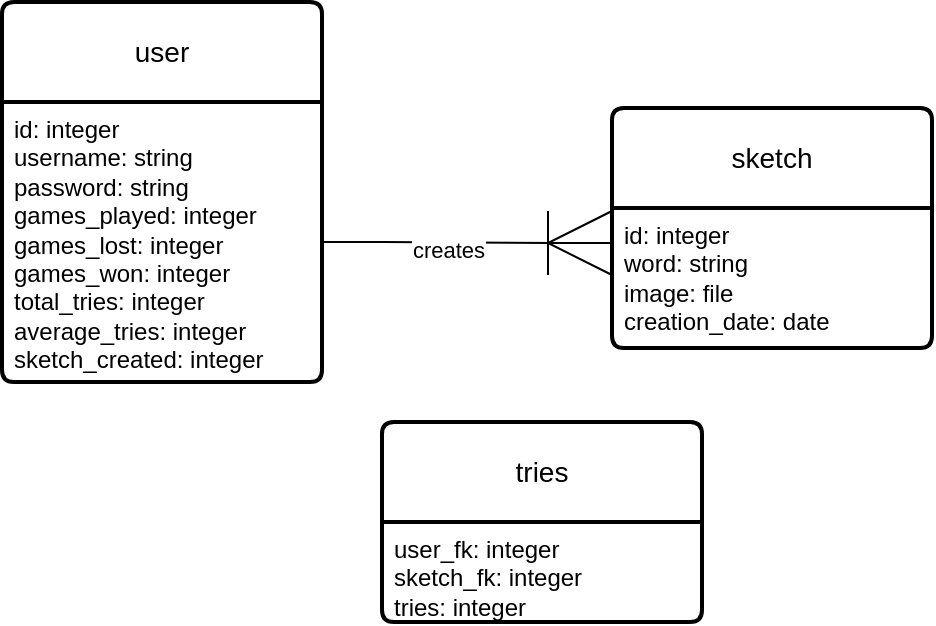
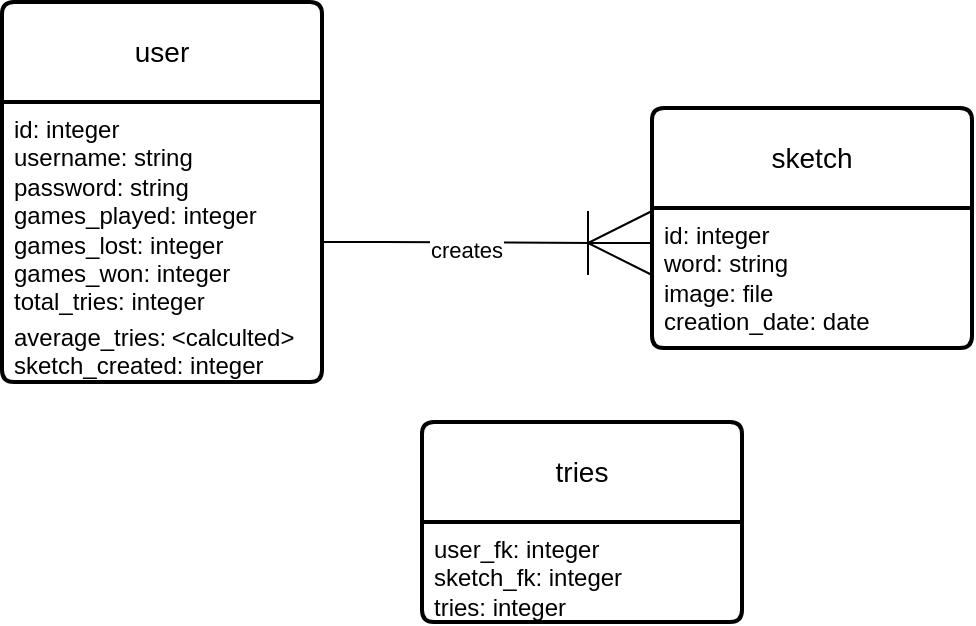
<mxfile host="app.diagrams.net">
  <diagram name="Page-1" id="ad8Rwms8rh2yyfbiVcCA">
-     <mxGraphModel dx="1414" dy="752" grid="1" gridSize="10" guides="1" tooltips="1" connect="1" arrows="1" fold="1" page="1" pageScale="1" pageWidth="850" pageHeight="1100" math="0" shadow="0">
+     <mxGraphModel dx="903" dy="426" grid="1" gridSize="10" guides="1" tooltips="1" connect="1" arrows="1" fold="1" page="1" pageScale="1" pageWidth="850" pageHeight="1100" math="0" shadow="0">
      <root>
        <mxCell id="0" />
        <mxCell id="1" parent="0" />
        <mxCell id="Eyy7eFdB7dbUOaslEh1--1" parent="1" style="swimlane;childLayout=stackLayout;horizontal=1;startSize=50;horizontalStack=0;rounded=1;fontSize=14;fontStyle=0;strokeWidth=2;resizeParent=0;resizeLast=1;shadow=0;dashed=0;align=center;arcSize=4;whiteSpace=wrap;html=1;movable=1;resizable=1;rotatable=1;deletable=1;editable=1;locked=0;connectable=1;" value="&lt;div&gt;user&lt;/div&gt;" vertex="1">
-           <mxGeometry height="190" width="160" x="40" y="240" as="geometry" />
+           <mxGeometry height="190" width="160" x="20" y="240" as="geometry" />
        </mxCell>
-         <mxCell id="Eyy7eFdB7dbUOaslEh1--2" parent="Eyy7eFdB7dbUOaslEh1--1" style="align=left;strokeColor=none;fillColor=none;spacingLeft=4;spacingRight=4;fontSize=12;verticalAlign=top;resizable=1;rotatable=1;part=1;html=1;whiteSpace=wrap;movable=1;deletable=1;editable=1;locked=0;connectable=1;" value="&lt;div&gt;id: integer&lt;/div&gt;&lt;div&gt;username: string&lt;/div&gt;&lt;div&gt;password: string&lt;/div&gt;&lt;div&gt;games_played: integer&lt;/div&gt;&lt;div&gt;games_lost: integer&lt;/div&gt;&lt;div&gt;games_won: integer&lt;/div&gt;&lt;div&gt;total_tries: integer&lt;/div&gt;&lt;div&gt;average_tries: integer&lt;/div&gt;&lt;div&gt;sketch_created: integer&lt;/div&gt;" vertex="1">
+         <mxCell id="Eyy7eFdB7dbUOaslEh1--2" parent="Eyy7eFdB7dbUOaslEh1--1" style="align=left;strokeColor=none;fillColor=none;spacingLeft=4;spacingRight=4;fontSize=12;verticalAlign=top;resizable=1;rotatable=1;part=1;html=1;whiteSpace=wrap;movable=1;deletable=1;editable=1;locked=0;connectable=1;" value="&lt;div&gt;id: integer&lt;/div&gt;&lt;div&gt;username: string&lt;/div&gt;&lt;div&gt;password: string&lt;/div&gt;&lt;div&gt;games_played: integer&lt;/div&gt;&lt;div&gt;games_lost: integer&lt;/div&gt;&lt;div&gt;games_won: integer&lt;/div&gt;&lt;div&gt;total_tries: integer&lt;/div&gt;&lt;div&gt;average_tries:&lt;sup&gt;&amp;nbsp;&lt;/sup&gt;&amp;lt;calculted&amp;gt;&lt;/div&gt;&lt;div&gt;sketch_created: integer&lt;/div&gt;" vertex="1">
          <mxGeometry height="140" width="160" y="50" as="geometry" />
        </mxCell>
        <mxCell id="Eyy7eFdB7dbUOaslEh1--3" parent="1" style="swimlane;childLayout=stackLayout;horizontal=1;startSize=50;horizontalStack=0;rounded=1;fontSize=14;fontStyle=0;strokeWidth=2;resizeParent=0;resizeLast=1;shadow=0;dashed=0;align=center;arcSize=4;whiteSpace=wrap;html=1;" value="sketch" vertex="1">
          <mxGeometry height="120" width="160" x="345" y="293" as="geometry" />
        </mxCell>
        <mxCell id="Eyy7eFdB7dbUOaslEh1--4" parent="Eyy7eFdB7dbUOaslEh1--3" style="align=left;strokeColor=none;fillColor=none;spacingLeft=4;spacingRight=4;fontSize=12;verticalAlign=top;resizable=0;rotatable=0;part=1;html=1;whiteSpace=wrap;" value="&lt;div&gt;id: integer&lt;/div&gt;&lt;div&gt;word: string&lt;/div&gt;&lt;div&gt;image: file&lt;/div&gt;&lt;div&gt;creation_date: date&lt;/div&gt;" vertex="1">
          <mxGeometry height="70" width="160" y="50" as="geometry" />
        </mxCell>
        <mxCell id="Eyy7eFdB7dbUOaslEh1--5" parent="1" style="swimlane;childLayout=stackLayout;horizontal=1;startSize=50;horizontalStack=0;rounded=1;fontSize=14;fontStyle=0;strokeWidth=2;resizeParent=0;resizeLast=1;shadow=0;dashed=0;align=center;arcSize=4;whiteSpace=wrap;html=1;" value="tries" vertex="1">
          <mxGeometry height="100" width="160" x="230" y="450" as="geometry" />
        </mxCell>
        <mxCell id="Eyy7eFdB7dbUOaslEh1--6" parent="Eyy7eFdB7dbUOaslEh1--5" style="align=left;strokeColor=none;fillColor=none;spacingLeft=4;spacingRight=4;fontSize=12;verticalAlign=top;resizable=0;rotatable=0;part=1;html=1;whiteSpace=wrap;" value="&lt;div&gt;user_fk: integer&lt;/div&gt;&lt;div&gt;sketch_fk: integer&lt;/div&gt;&lt;div&gt;tries: integer&lt;/div&gt;" vertex="1">
          <mxGeometry height="50" width="160" y="50" as="geometry" />
        </mxCell>
        <mxCell id="Eyy7eFdB7dbUOaslEh1--7" edge="1" parent="1" source="Eyy7eFdB7dbUOaslEh1--2" style="edgeStyle=entityRelationEdgeStyle;fontSize=12;html=1;endArrow=ERoneToMany;rounded=0;exitX=1;exitY=0.5;exitDx=0;exitDy=0;entryX=0;entryY=0.25;entryDx=0;entryDy=0;startSize=20;endSize=30;" target="Eyy7eFdB7dbUOaslEh1--4" value="">
          <mxGeometry height="100" relative="1" width="100" as="geometry">
            <mxPoint x="320" y="440" as="sourcePoint" />
            <mxPoint x="420" y="340" as="targetPoint" />
          </mxGeometry>
        </mxCell>
        <mxCell id="Eyy7eFdB7dbUOaslEh1--8" connectable="0" parent="Eyy7eFdB7dbUOaslEh1--7" style="edgeLabel;html=1;align=center;verticalAlign=middle;resizable=0;points=[];" value="&lt;div&gt;creates&lt;/div&gt;" vertex="1">
          <mxGeometry relative="1" x="-0.1307" y="-4" as="geometry">
            <mxPoint as="offset" />
          </mxGeometry>
        </mxCell>
      </root>
    </mxGraphModel>
  </diagram>
</mxfile>
